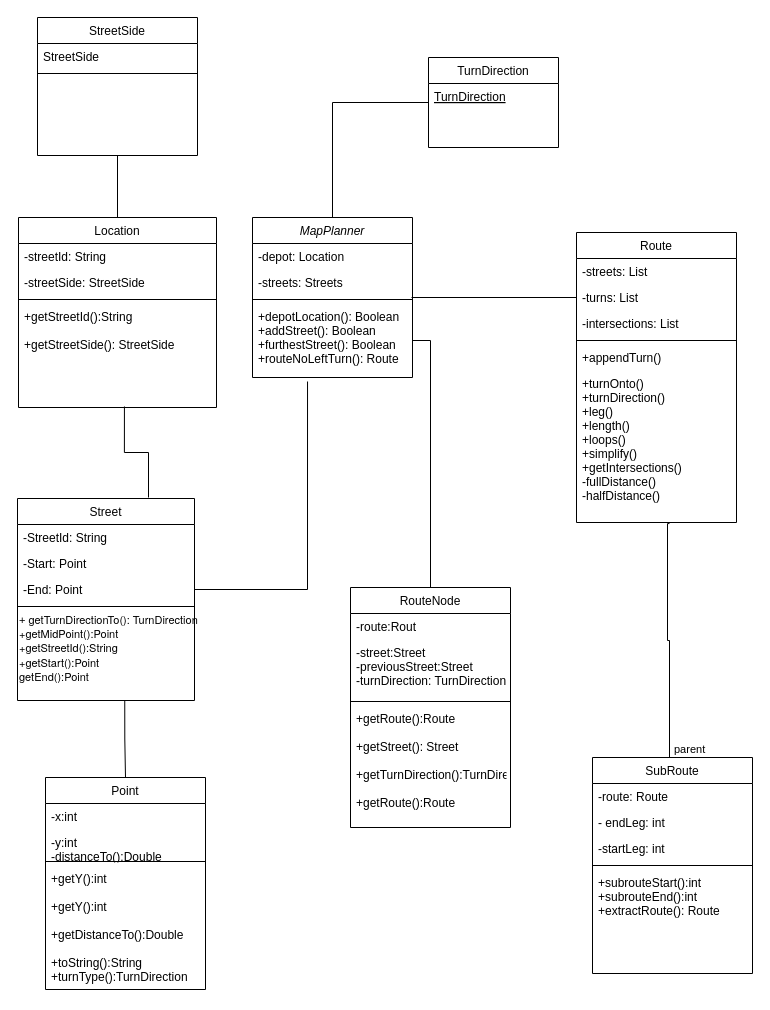
Before: Untitled Diagram.drawio in couama/isans-program, a draw.io diagram. Source tidied: cells renumbered, new cells numbered last; positions are measured from the earlier drawing's top-left corner, leaving out a move shared by most shapes. Both pictures are drawn from the tidied source at 100%, with x=0, y=0 at pixel (17, 17).
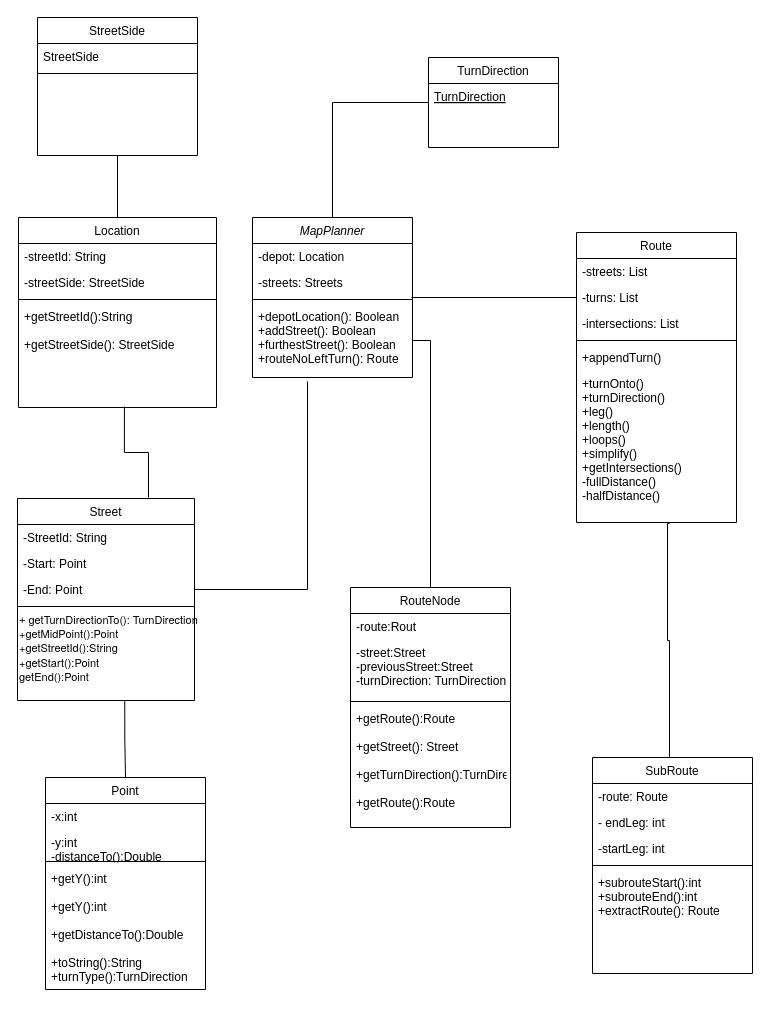
The same page after the edit.

Unchanged cells that the change refers to:
```xml
<mxCell id="53" style="endArrow=none;html=1;edgeStyle=orthogonalEdgeStyle;rounded=0;exitX=0.5;exitY=0;exitDx=0;exitDy=0;entryX=0.581;entryY=1.007;entryDx=0;entryDy=0;entryPerimeter=0;" parent="1" edge="1" source="38" target="18">
  <mxGeometry relative="1" as="geometry">
    <Array as="points">
      <mxPoint x="652" y="740" />
      <mxPoint x="652" y="623" />
      <mxPoint x="650" y="623" />
      <mxPoint x="650" y="506" />
    </Array>
  </mxGeometry>
</mxCell>
```

Diff of the diagram source:
```diff
@@
-    <mxCell id="54" value="parent" style="edgeLabel;html=1;align=left;verticalAlign=bottom;" parent="53" vertex="1">
-      <mxGeometry x="-1" relative="1" as="geometry" />
-    </mxCell>
```
